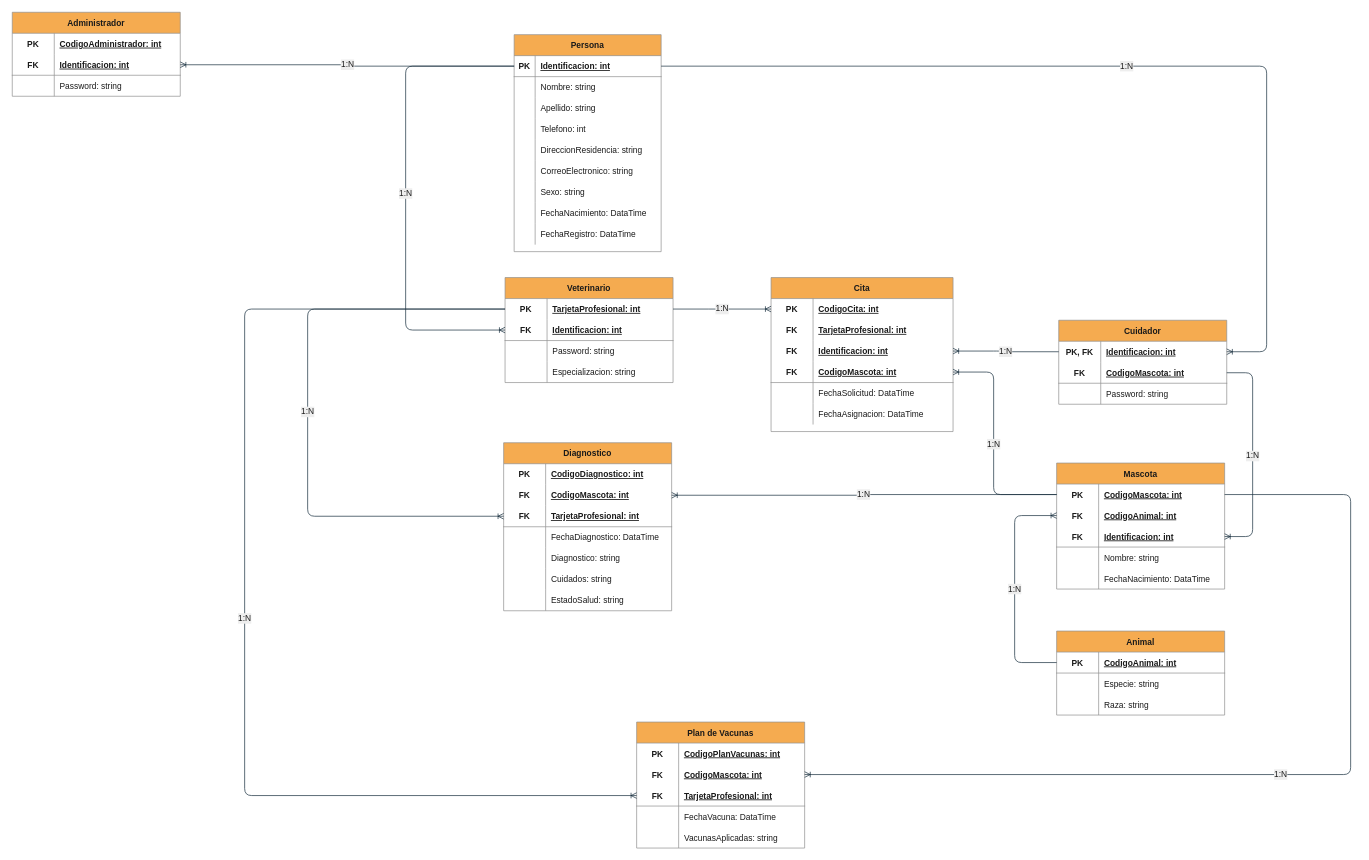
Earlier version of the draw.io diagram page "Entidad relacion" (3 of 3) of Diagramas.drawio (juandabi/teleVeterinaria). Source tidied: cells renumbered, new cells numbered last; positions are measured from the earlier drawing's top-left corner, leaving out a move shared by most shapes. Both pictures are drawn from the tidied source at 70%, with x=0, y=0 at pixel (12, 12).
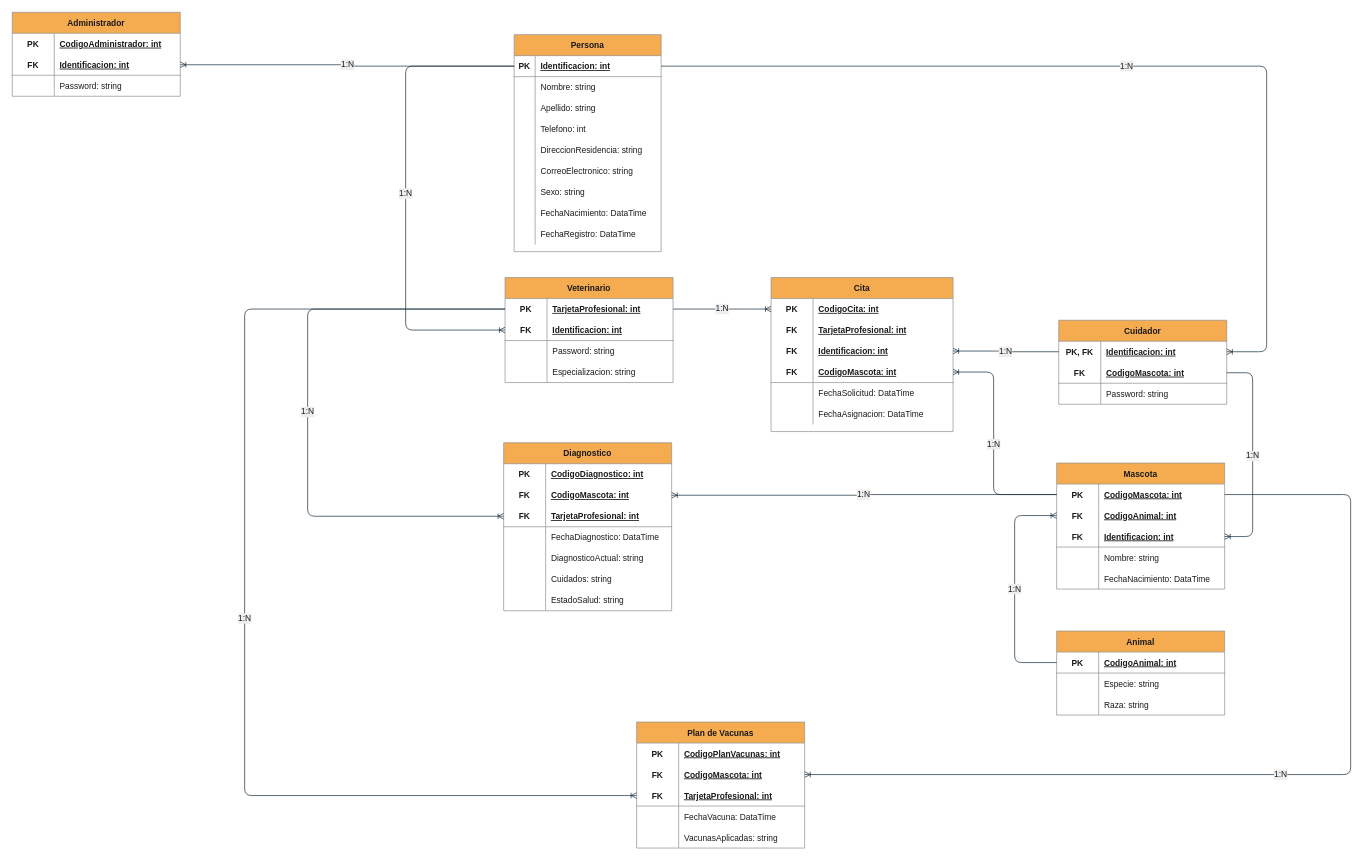
Above is the later version.

Commit message (it also covers changes not shown here):
Se actualiza la palabra diagnostico a diagnosticoActual

Unchanged cells that the change refers to:
```xml
<mxCell id="111" style="shape=partialRectangle;fillColor=none;top=0;left=0;bottom=0;right=0;strokeColor=#909090;fontColor=#1A1A1A;" parent="98" vertex="1">
  <mxGeometry y="150" width="240" height="30" as="geometry" />
</mxCell>
```

What changed in the source:
```diff
@@
-    <mxCell id="113" value="Diagnostico: string" style="shape=partialRectangle;fillColor=none;top=0;left=0;bottom=0;right=0;align=left;spacingLeft=6;overflow=hidden;strokeColor=#909090;fontColor=#1A1A1A;" parent="111" vertex="1">
+    <mxCell id="113" value="DiagnosticoActual: string" style="shape=partialRectangle;fillColor=none;top=0;left=0;bottom=0;right=0;align=left;spacingLeft=6;overflow=hidden;strokeColor=#909090;fontColor=#1A1A1A;" parent="111" vertex="1">
       <mxGeometry x="60" width="180" height="30" as="geometry" />
     </mxCell>
```
